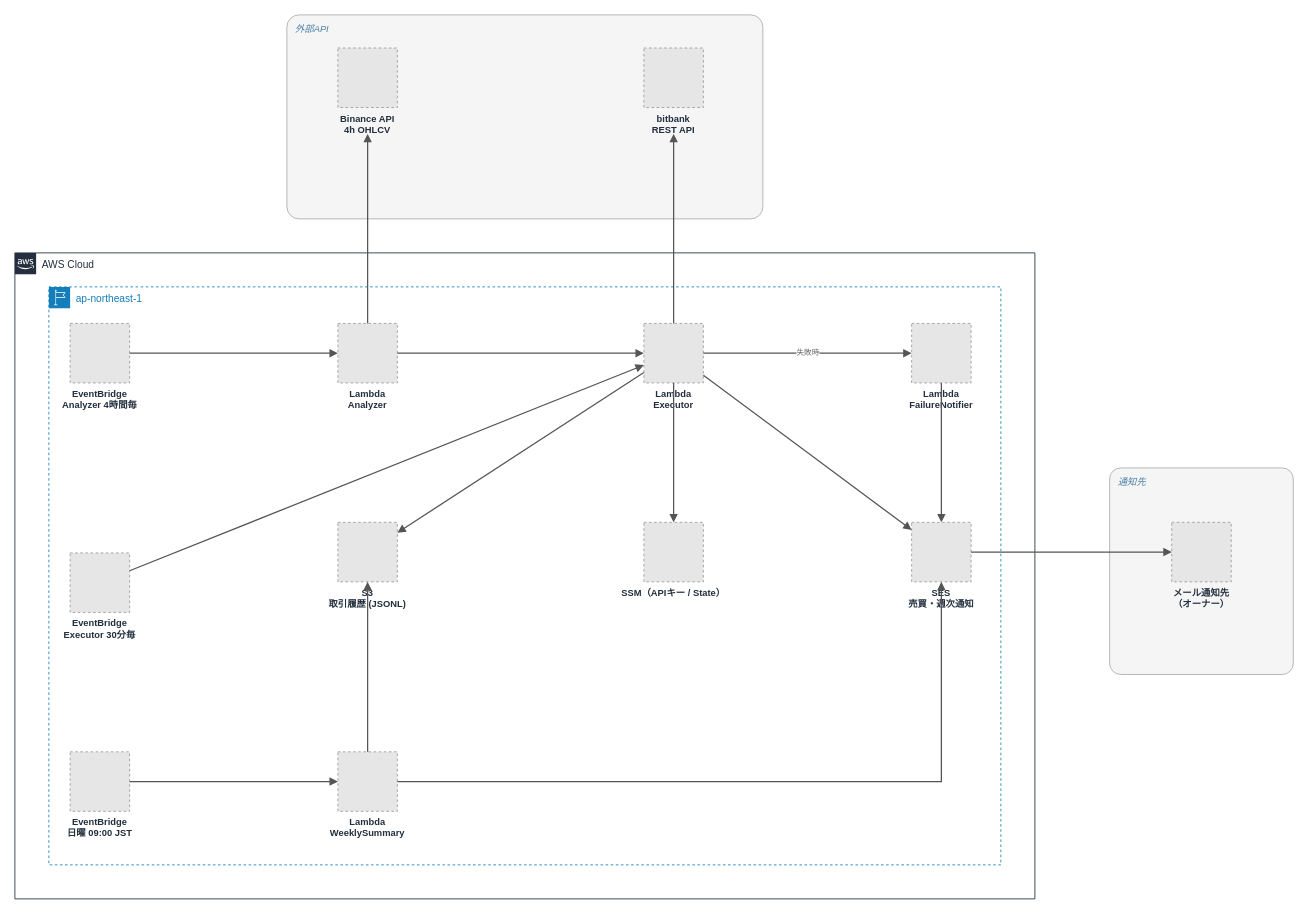
The draw.io diagram 006_zer0-cryptobot/images/006_architecture.drawio in Zer0-1179/Zer0-public, before the edit. Source tidied: cells renumbered, new cells numbered last; positions are measured from the earlier drawing's top-left corner, leaving out a move shared by most shapes. Both pictures are drawn from the tidied source at 85%, with x=0, y=0 at pixel (14, 14). Pictures stored in the file or linked from it are replaced by grey dashed boxes.
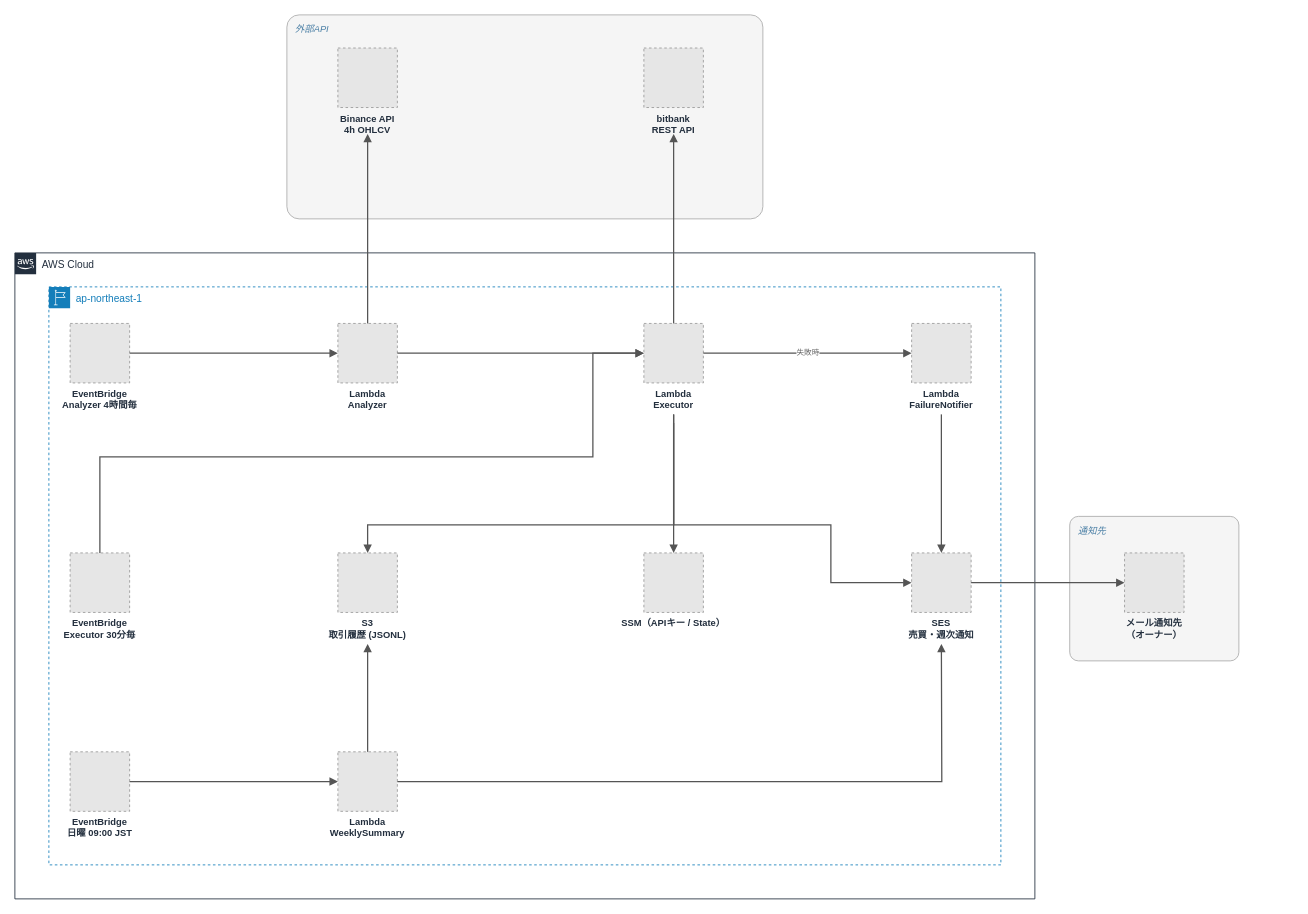
The same diagram, later.

The change refers to these unchanged cells:
```xml
<mxCell id="3" value="ap-northeast-1" style="gradientColor=none;html=1;whiteSpace=wrap;fontSize=12;fontStyle=0;shape=mxgraph.aws4.group;grIcon=mxgraph.aws4.group_region;strokeColor=#147EBA;fillColor=none;verticalAlign=top;align=left;spacingLeft=30;fontColor=#147EBA;dashed=1;" parent="2" vertex="1">
  <mxGeometry x="40" y="40" width="1120" height="680" as="geometry" />
</mxCell>
<mxCell id="12" value="Lambda&#10;Executor" style="fillColor=#E6E6E6;strokeColor=#999999;dashed=1;verticalLabelPosition=bottom;verticalAlign=top;labelBackgroundColor=none;fontSize=11;fontStyle=1;fontColor=#232F3E;" parent="1" vertex="1">
  <mxGeometry x="740" y="363" width="70" height="70" as="geometry" />
</mxCell>
<mxCell id="13" value="Lambda&#10;FailureNotifier" style="fillColor=#E6E6E6;strokeColor=#999999;dashed=1;verticalLabelPosition=bottom;verticalAlign=top;labelBackgroundColor=none;fontSize=11;fontStyle=1;fontColor=#232F3E;" parent="1" vertex="1">
  <mxGeometry x="1055" y="363" width="70" height="70" as="geometry" />
</mxCell>
<mxCell id="17" value="Lambda&#10;WeeklySummary" style="fillColor=#E6E6E6;strokeColor=#999999;dashed=1;verticalLabelPosition=bottom;verticalAlign=top;labelBackgroundColor=none;fontSize=11;fontStyle=1;fontColor=#232F3E;" parent="1" vertex="1">
  <mxGeometry x="380" y="867" width="70" height="70" as="geometry" />
</mxCell>
```

The edit, as a diff of the source:
```diff
@@
+    <mxCell id="14" value="S3&#10;取引履歴 (JSONL)" style="fillColor=#E6E6E6;strokeColor=#999999;dashed=1;verticalLabelPosition=bottom;verticalAlign=top;labelBackgroundColor=none;fontSize=11;fontStyle=1;fontColor=#232F3E;" parent="3" vertex="1">
+      <mxGeometry x="340" y="313" width="70" height="70" as="geometry" />
+    </mxCell>
+    <mxCell id="15" value="SSM（APIキー / State）" style="fillColor=#E6E6E6;strokeColor=#999999;dashed=1;verticalLabelPosition=bottom;verticalAlign=top;labelBackgroundColor=none;fontSize=11;fontStyle=1;fontColor=#232F3E;" parent="3" vertex="1">
+      <mxGeometry x="700" y="313" width="70" height="70" as="geometry" />
+    </mxCell>
+    <mxCell id="9" value="EventBridge&#10;Executor 30分毎" style="fillColor=#E6E6E6;strokeColor=#999999;dashed=1;verticalLabelPosition=bottom;verticalAlign=top;labelBackgroundColor=none;fontSize=11;fontStyle=1;fontColor=#232F3E;" parent="3" vertex="1">
+      <mxGeometry x="25" y="313" width="70" height="70" as="geometry" />
+    </mxCell>
+    <mxCell id="16" value="SES&#10;売買・週次通知" style="fillColor=#E6E6E6;strokeColor=#999999;dashed=1;verticalLabelPosition=bottom;verticalAlign=top;labelBackgroundColor=none;fontSize=11;fontStyle=1;fontColor=#232F3E;" parent="3" vertex="1">
+      <mxGeometry x="1015" y="313" width="70" height="70" as="geometry" />
+    </mxCell>
@@
     <mxCell id="5" value="通知先" style="rounded=1;arcSize=6;whiteSpace=wrap;html=1;fillColor=#F5F5F5;strokeColor=#AAAAAA;verticalAlign=top;align=left;spacingLeft=8;spacingTop=4;fontColor=#4A7FA5;fontStyle=2;fontSize=11;" parent="1" vertex="1">
-      <mxGeometry x="1288" y="533" width="216" height="243" as="geometry" />
+      <mxGeometry x="1241" y="590" width="199" height="170" as="geometry" />
     </mxCell>
@@
-    <mxCell id="9" value="EventBridge&#10;Executor 30分毎" style="fillColor=#E6E6E6;strokeColor=#999999;dashed=1;verticalLabelPosition=bottom;verticalAlign=top;labelBackgroundColor=none;fontSize=11;fontStyle=1;fontColor=#232F3E;" parent="1" vertex="1">
-      <mxGeometry x="65" y="633" width="70" height="70" as="geometry" />
-    </mxCell>
@@
-    <mxCell id="14" value="S3&#10;取引履歴 (JSONL)" style="fillColor=#E6E6E6;strokeColor=#999999;dashed=1;verticalLabelPosition=bottom;verticalAlign=top;labelBackgroundColor=none;fontSize=11;fontStyle=1;fontColor=#232F3E;" parent="1" vertex="1">
-      <mxGeometry x="380" y="597" width="70" height="70" as="geometry" />
-    </mxCell>
-    <mxCell id="15" value="SSM（APIキー / State）" style="fillColor=#E6E6E6;strokeColor=#999999;dashed=1;verticalLabelPosition=bottom;verticalAlign=top;labelBackgroundColor=none;fontSize=11;fontStyle=1;fontColor=#232F3E;" parent="1" vertex="1">
-      <mxGeometry x="740" y="597" width="70" height="70" as="geometry" />
-    </mxCell>
-    <mxCell id="16" value="SES&#10;売買・週次通知" style="fillColor=#E6E6E6;strokeColor=#999999;dashed=1;verticalLabelPosition=bottom;verticalAlign=top;labelBackgroundColor=none;fontSize=11;fontStyle=1;fontColor=#232F3E;" parent="1" vertex="1">
-      <mxGeometry x="1055" y="597" width="70" height="70" as="geometry" />
-    </mxCell>
@@
     <mxCell id="18" value="メール通知先&#10;（オーナー）" style="fillColor=#E6E6E6;strokeColor=#999999;dashed=1;verticalLabelPosition=bottom;verticalAlign=top;labelBackgroundColor=none;fontSize=11;fontStyle=1;fontColor=#232F3E;" parent="1" vertex="1">
-      <mxGeometry x="1361" y="597" width="70" height="70" as="geometry" />
+      <mxGeometry x="1305.5" y="633" width="70" height="70" as="geometry" />
     </mxCell>
@@
-    <mxCell id="22" style="endArrow=block;html=1;rounded=0;edgeStyle=none;strokeColor=#555555;strokeWidth=1.5;fontSize=9;fontColor=#666666;labelBackgroundColor=#FFFFFF;" parent="1" edge="1" source="9" target="12">
-      <mxGeometry relative="1" as="geometry" />
+    <mxCell id="22" style="endArrow=block;html=1;rounded=0;edgeStyle=orthogonalEdgeStyle;strokeColor=#555555;strokeWidth=1.5;fontSize=9;fontColor=#666666;labelBackgroundColor=#FFFFFF;exitX=0.5;exitY=0;exitDx=0;exitDy=0;entryX=0;entryY=0.5;entryDx=0;entryDy=0;" parent="1" edge="1" source="9" target="12">
+      <mxGeometry relative="1" as="geometry">
+        <Array as="points">
+          <mxPoint x="100" y="520" />
+          <mxPoint x="680" y="520" />
+          <mxPoint x="680" y="398" />
+        </Array>
+      </mxGeometry>
     </mxCell>
@@
-    <mxCell id="24" style="endArrow=block;html=1;rounded=0;edgeStyle=none;strokeColor=#555555;strokeWidth=1.5;fontSize=9;fontColor=#666666;labelBackgroundColor=#FFFFFF;" parent="1" edge="1" source="12" target="15">
-      <mxGeometry relative="1" as="geometry" />
+    <mxCell id="24" style="endArrow=block;html=1;rounded=0;edgeStyle=none;strokeColor=#555555;strokeWidth=1.5;fontSize=9;fontColor=#666666;labelBackgroundColor=#FFFFFF;" parent="1" edge="1" target="15">
+      <mxGeometry relative="1" as="geometry">
+        <mxPoint x="775" y="470" as="sourcePoint" />
+      </mxGeometry>
     </mxCell>
-    <mxCell id="25" style="endArrow=block;html=1;rounded=0;edgeStyle=none;strokeColor=#555555;strokeWidth=1.5;fontSize=9;fontColor=#666666;labelBackgroundColor=#FFFFFF;" parent="1" edge="1" source="12" target="14">
-      <mxGeometry relative="1" as="geometry" />
+    <mxCell id="25" style="endArrow=block;html=1;rounded=0;edgeStyle=orthogonalEdgeStyle;strokeColor=#555555;strokeWidth=1.5;fontSize=9;fontColor=#666666;labelBackgroundColor=#FFFFFF;entryX=0.5;entryY=0;entryDx=0;entryDy=0;" parent="1" edge="1" target="14">
+      <mxGeometry relative="1" as="geometry">
+        <mxPoint x="775" y="470" as="sourcePoint" />
+        <Array as="points">
+          <mxPoint x="775" y="600" />
+          <mxPoint x="415" y="600" />
+        </Array>
+      </mxGeometry>
     </mxCell>
@@
-    <mxCell id="27" style="endArrow=block;html=1;rounded=0;edgeStyle=none;strokeColor=#555555;strokeWidth=1.5;fontSize=9;fontColor=#666666;labelBackgroundColor=#FFFFFF;" parent="1" edge="1" source="12" target="16">
-      <mxGeometry relative="1" as="geometry" />
+    <mxCell id="27" style="endArrow=block;html=1;rounded=0;edgeStyle=orthogonalEdgeStyle;strokeColor=#555555;strokeWidth=1.5;fontSize=9;fontColor=#666666;labelBackgroundColor=#FFFFFF;entryX=0;entryY=0.5;entryDx=0;entryDy=0;" parent="1" edge="1" target="16">
+      <mxGeometry relative="1" as="geometry">
+        <mxPoint x="775" y="480" as="sourcePoint" />
+        <Array as="points">
+          <mxPoint x="775" y="600" />
+          <mxPoint x="960" y="600" />
+          <mxPoint x="960" y="668" />
+        </Array>
+      </mxGeometry>
     </mxCell>
-    <mxCell id="28" style="endArrow=block;html=1;rounded=0;edgeStyle=none;strokeColor=#555555;strokeWidth=1.5;fontSize=9;fontColor=#666666;labelBackgroundColor=#FFFFFF;" parent="1" edge="1" source="13" target="16">
-      <mxGeometry relative="1" as="geometry" />
+    <mxCell id="28" style="endArrow=block;html=1;rounded=0;edgeStyle=none;strokeColor=#555555;strokeWidth=1.5;fontSize=9;fontColor=#666666;labelBackgroundColor=#FFFFFF;" parent="1" edge="1" target="16">
+      <mxGeometry relative="1" as="geometry">
+        <mxPoint x="1090" y="470" as="sourcePoint" />
+      </mxGeometry>
     </mxCell>
@@
-    <mxCell id="30" style="endArrow=block;html=1;rounded=0;edgeStyle=none;strokeColor=#555555;strokeWidth=1.5;fontSize=9;fontColor=#666666;labelBackgroundColor=#FFFFFF;" parent="1" edge="1" source="17" target="14">
-      <mxGeometry relative="1" as="geometry" />
+    <mxCell id="30" style="endArrow=block;html=1;rounded=0;edgeStyle=none;strokeColor=#555555;strokeWidth=1.5;fontSize=9;fontColor=#666666;labelBackgroundColor=#FFFFFF;" parent="1" edge="1" source="17">
+      <mxGeometry relative="1" as="geometry">
+        <mxPoint x="415" y="740" as="targetPoint" />
+      </mxGeometry>
     </mxCell>
-    <mxCell id="31" style="endArrow=block;html=1;rounded=0;edgeStyle=orthogonalEdgeStyle;strokeColor=#555555;strokeWidth=1.5;fontSize=9;fontColor=#666666;labelBackgroundColor=#FFFFFF;" parent="1" edge="1" source="17" target="16">
-      <mxGeometry relative="1" as="geometry" />
+    <mxCell id="31" style="endArrow=block;html=1;rounded=0;edgeStyle=orthogonalEdgeStyle;strokeColor=#555555;strokeWidth=1.5;fontSize=9;fontColor=#666666;labelBackgroundColor=#FFFFFF;" parent="1" edge="1" source="17">
+      <mxGeometry relative="1" as="geometry">
+        <mxPoint x="1090" y="740" as="targetPoint" />
+      </mxGeometry>
     </mxCell>
```
